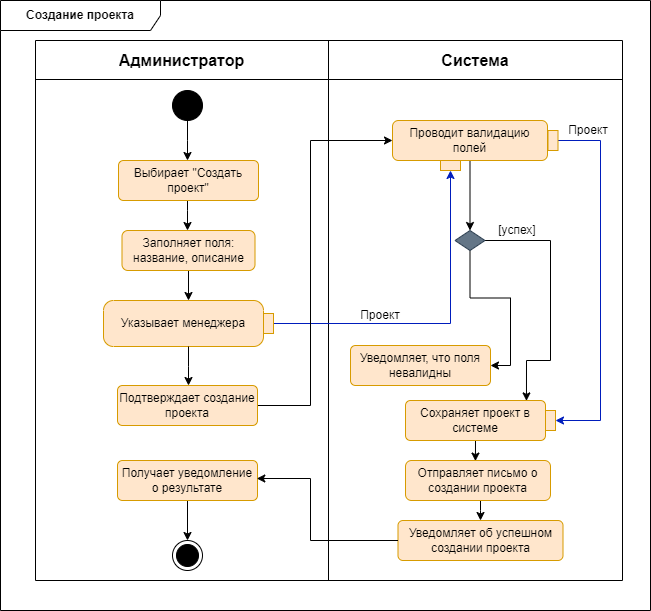
This is docs/activity_diagrams/create_project.png from aVorotnikov/thunder_board, a draw.io export, as it was before one commit. Source tidied: cells renumbered, new cells last; positions are measured from the earlier drawing's top-left corner, leaving out a move shared by most shapes.
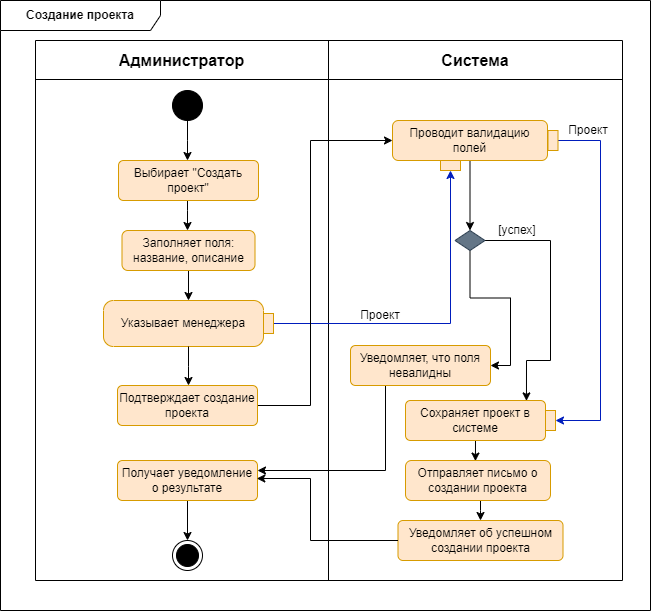
The same file after the commit.

Change to the diagram source:
```diff
@@ -113,7 +113,7 @@
         <mxPoint x="474.9" y="460.6" as="targetPoint" />
       </mxGeometry>
     </mxCell>
-    <mxCell id="31" style="edgeStyle=orthogonalEdgeStyle;rounded=0;jettySize=auto;html=1;" parent="2" edge="1" source="x">
+    <mxCell id="31" style="edgeStyle=orthogonalEdgeStyle;rounded=0;orthogonalLoop=1;jettySize=auto;html=1;" parent="2" edge="1">
       <mxGeometry relative="1" as="geometry">
         <mxPoint x="775" y="137.5" as="targetPoint" />
       </mxGeometry>
@@ -143,6 +143,9 @@
     <mxCell id="36" value="Получает уведомление о результате" style="html=1;align=center;verticalAlign=middle;rounded=1;absoluteArcSize=1;arcSize=10;dashed=0;whiteSpace=wrap;fillColor=#ffe6cc;strokeColor=#d79b00;" parent="2" vertex="1">
       <mxGeometry x="117" y="460" width="140" height="40" as="geometry" />
     </mxCell>
+    <mxCell id="44" style="edgeStyle=orthogonalEdgeStyle;rounded=0;jettySize=auto;html=1;exitX=0.25;exitY=1;exitDx=0;exitDy=0;entryX=1;entryY=0.25;entryDx=0;entryDy=0;" parent="2" edge="1" source="37" target="36">
+      <mxGeometry relative="1" as="geometry" />
+    </mxCell>
     <mxCell id="37" value="Уведомляет, что поля невалидны" style="html=1;align=center;verticalAlign=middle;rounded=1;absoluteArcSize=1;arcSize=10;dashed=0;whiteSpace=wrap;fillColor=#ffe6cc;strokeColor=#d79b00;" parent="2" vertex="1">
       <mxGeometry x="350" y="345" width="140" height="40" as="geometry" />
     </mxCell>
```
